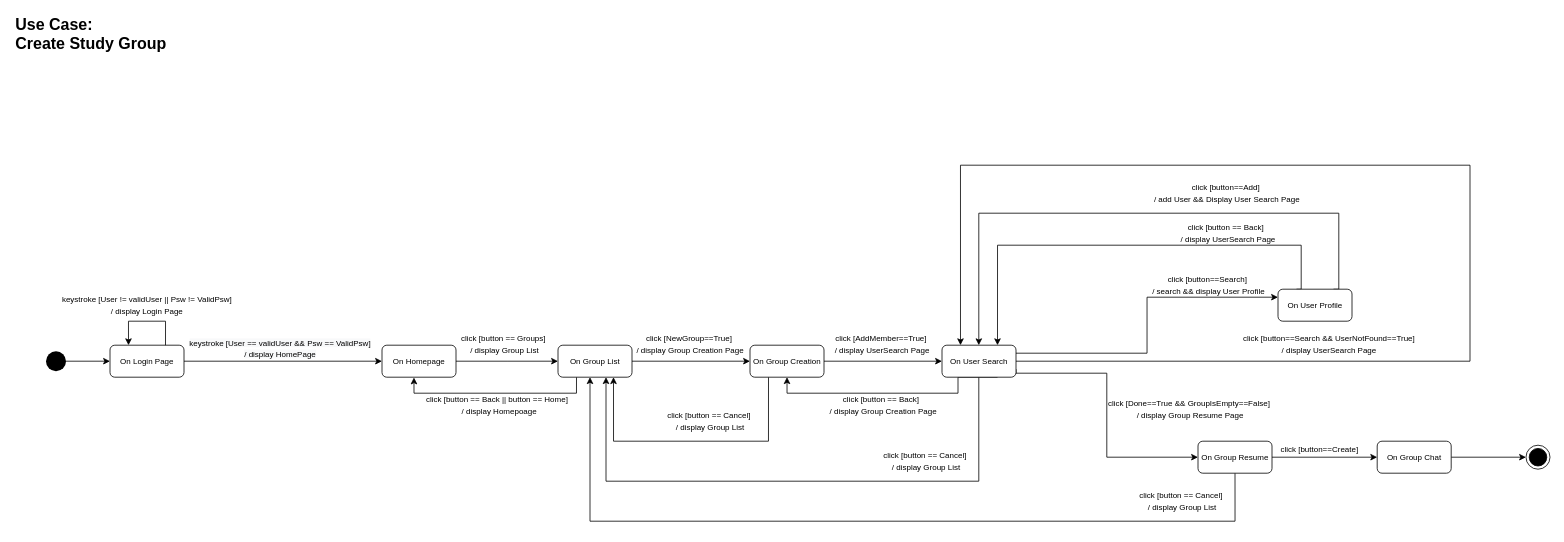
Before: Deliverables/State Diagram/Dalena Create Study Group State.drawio in nic-agos/DoveStudi, a draw.io diagram. Source tidied: cells renumbered, new cells numbered last; positions are measured from the earlier drawing's top-left corner, leaving out a move shared by most shapes. Both pictures are drawn from the tidied source at 80%, with x=0, y=0 at pixel (14, 21).
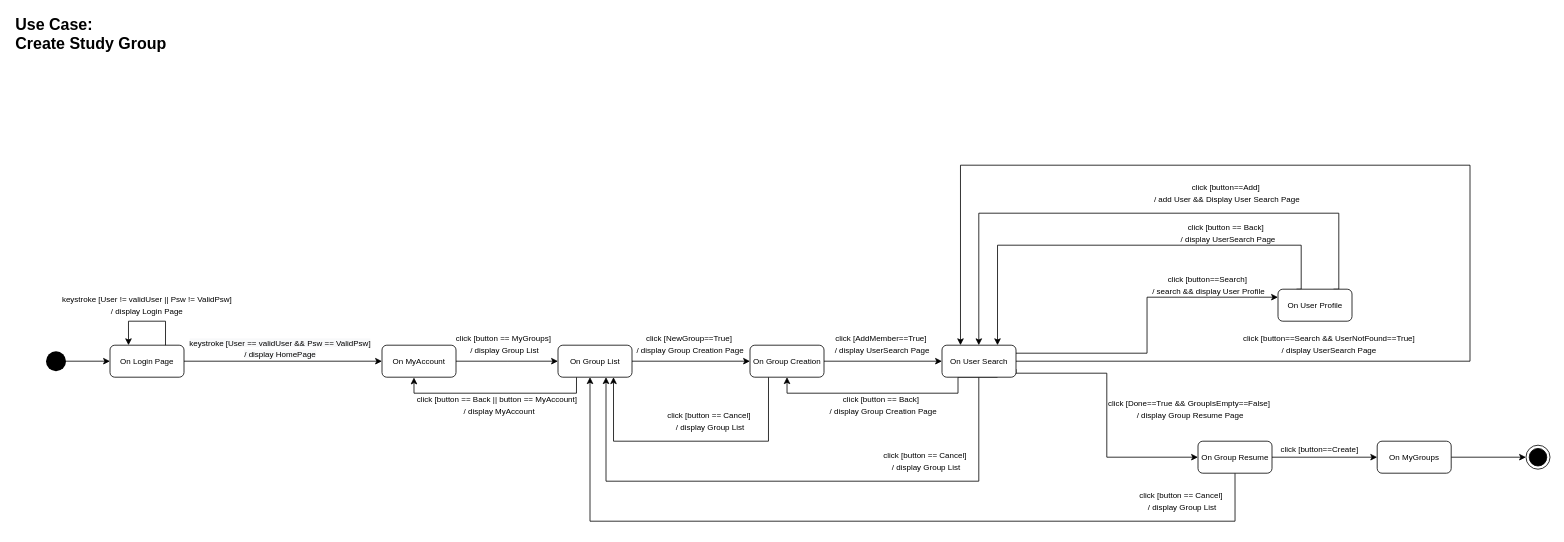
After the change.

What changed in the source:
```diff
@@
-    <mxCell id="7" value="&lt;span style=&quot;font-size: 10px&quot;&gt;On Homepage&lt;/span&gt;" style="rounded=1;whiteSpace=wrap;html=1;strokeWidth=1;" parent="1" vertex="1">
+    <mxCell id="7" value="&lt;span style=&quot;font-size: 10px&quot;&gt;On MyAccount&lt;/span&gt;" style="rounded=1;whiteSpace=wrap;html=1;strokeWidth=1;" parent="1" vertex="1">
       <mxGeometry x="460" y="405" width="92.5" height="40" as="geometry" />
     </mxCell>
@@
-    <mxCell id="11" value="&lt;font style=&quot;font-size: 10px&quot;&gt;click [button == Groups]&amp;nbsp;&lt;br&gt;/ display Group List&lt;br&gt;&lt;/font&gt;" style="text;html=1;align=center;verticalAlign=middle;" parent="1" vertex="1">
-      <mxGeometry x="552.5" y="387.5" width="120" height="30" as="geometry" />
+    <mxCell id="11" value="&lt;font style=&quot;font-size: 10px&quot;&gt;click [button == MyGroups]&amp;nbsp;&lt;br&gt;/ display Group List&lt;br&gt;&lt;/font&gt;" style="text;html=1;align=center;verticalAlign=middle;" parent="1" vertex="1">
+      <mxGeometry x="542.5" y="387.5" width="140" height="30" as="geometry" />
     </mxCell>
@@
-    <mxCell id="40" value="&lt;span style=&quot;font-size: 10px&quot;&gt;On Group Chat&lt;/span&gt;" style="rounded=1;whiteSpace=wrap;html=1;strokeWidth=1;" parent="1" vertex="1">
+    <mxCell id="40" value="&lt;span style=&quot;font-size: 10px&quot;&gt;On MyGroups&lt;/span&gt;" style="rounded=1;whiteSpace=wrap;html=1;strokeWidth=1;" parent="1" vertex="1">
       <mxGeometry x="1704" y="525" width="92.5" height="40" as="geometry" />
     </mxCell>
@@
-    <mxCell id="45" value="&lt;font style=&quot;font-size: 10px&quot;&gt;click [button == Back || button == Home]&amp;nbsp;&lt;br&gt;&amp;nbsp;/ display Homepoage&lt;br&gt;&lt;/font&gt;" style="text;html=1;align=center;verticalAlign=middle;" parent="1" vertex="1">
-      <mxGeometry x="505" y="465" width="200" height="30" as="geometry" />
+    <mxCell id="45" value="&lt;font style=&quot;font-size: 10px&quot;&gt;click [button == Back || button == MyAccount]&amp;nbsp;&lt;br&gt;&amp;nbsp;/ display MyAccount&lt;br&gt;&lt;/font&gt;" style="text;html=1;align=center;verticalAlign=middle;" parent="1" vertex="1">
+      <mxGeometry x="495" y="465" width="220" height="30" as="geometry" />
     </mxCell>
```
